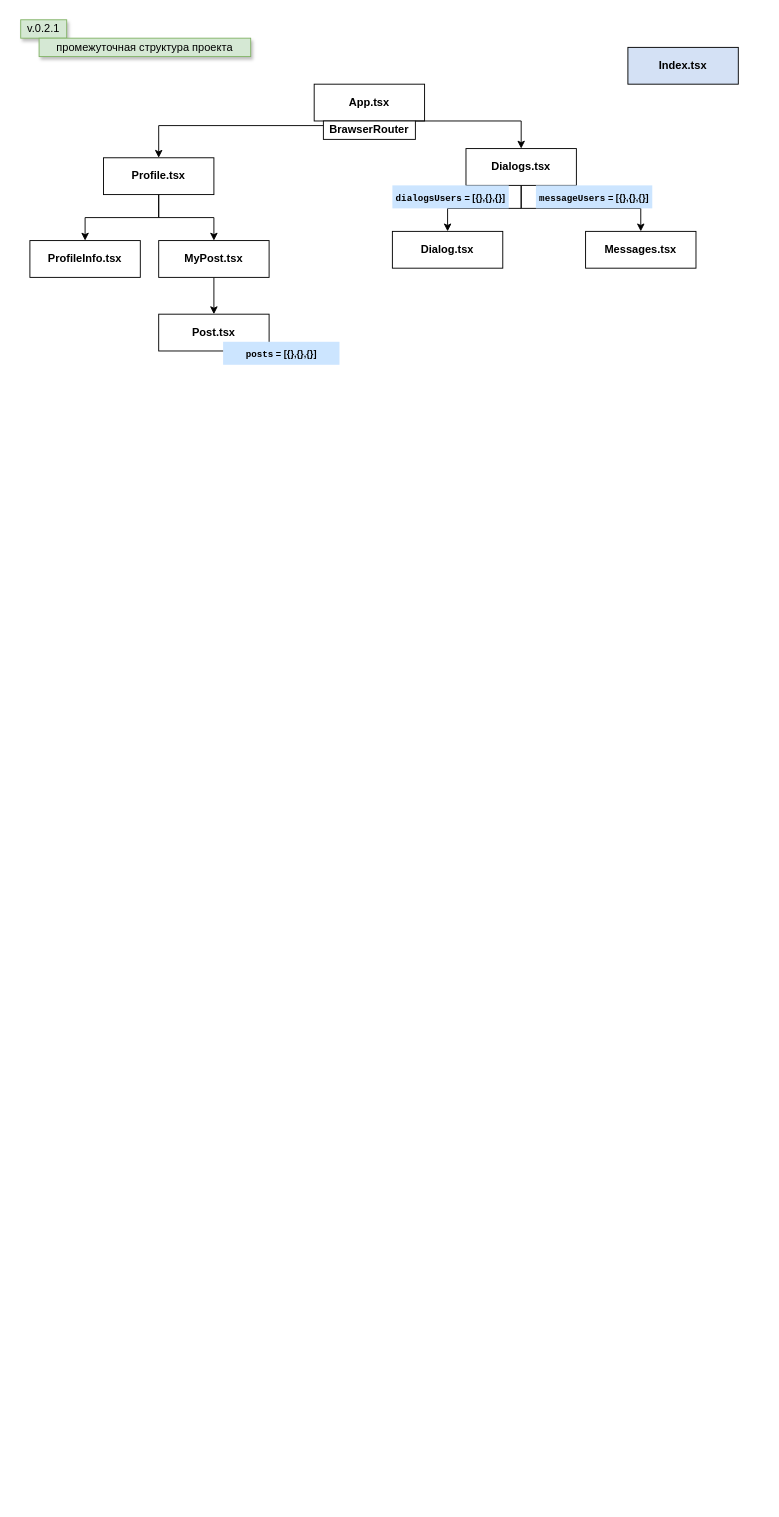
Before: Untitled Diagram.drawio in AndrosovMA/Social_network, a draw.io diagram. Source tidied: cells renumbered, new cells numbered last; positions are measured from the earlier drawing's top-left corner, leaving out a move shared by most shapes. Both pictures are drawn from the tidied source at 92%, with x=0, y=0 at pixel (20, 19).
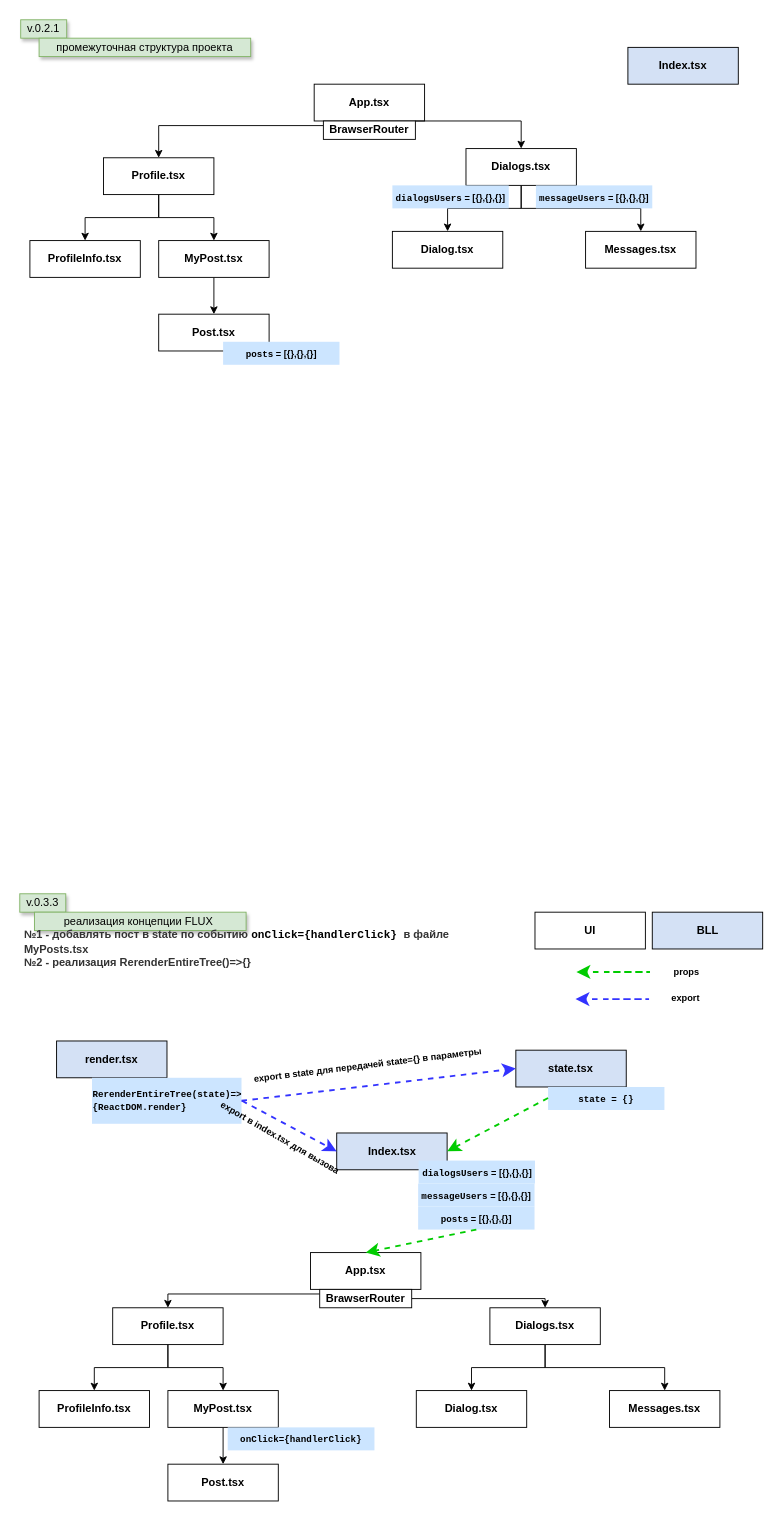
Above is the later version.

Commit message:
v.0.3.3 - реализация концепции FLUX

What changed in the source:
```diff
@@
+    <mxCell id="24" value="v.0.3.3" style="text;html=1;strokeColor=#82b366;fillColor=#d5e8d4;align=center;verticalAlign=middle;whiteSpace=wrap;rounded=0;glass=0;shadow=1;" parent="1" vertex="1">
+      <mxGeometry x="-1" y="950" width="50" height="20" as="geometry" />
+    </mxCell>
+    <mxCell id="25" value="реализация концепции FLUX&amp;nbsp;" style="text;html=1;strokeColor=#82b366;fillColor=#D5E8D4;align=center;verticalAlign=middle;whiteSpace=wrap;rounded=0;glass=0;shadow=1;" parent="1" vertex="1">
+      <mxGeometry x="15" y="970" width="230" height="20" as="geometry" />
+    </mxCell>
+    <mxCell id="26" value="&lt;b&gt;App.tsx&lt;/b&gt;" style="rounded=0;whiteSpace=wrap;html=1;fillColor=#FFFFFF;" parent="1" vertex="1">
+      <mxGeometry x="315" y="1340" width="120" height="40" as="geometry" />
+    </mxCell>
+    <mxCell id="27" style="edgeStyle=orthogonalEdgeStyle;rounded=0;jettySize=auto;html=1;exitX=0.5;exitY=1;exitDx=0;exitDy=0;entryX=0.5;entryY=0;entryDx=0;entryDy=0;fontSize=10;fontColor=#000000;" parent="1" edge="1" source="29" target="37">
+      <mxGeometry relative="1" as="geometry" />
+    </mxCell>
+    <mxCell id="28" style="edgeStyle=orthogonalEdgeStyle;rounded=0;jettySize=auto;html=1;exitX=0.5;exitY=1;exitDx=0;exitDy=0;entryX=0.5;entryY=0;entryDx=0;entryDy=0;fontSize=10;fontColor=#000000;" parent="1" edge="1" source="29" target="39">
+      <mxGeometry relative="1" as="geometry" />
+    </mxCell>
+    <mxCell id="29" value="&lt;b&gt;Profile.tsx&lt;/b&gt;" style="rounded=0;whiteSpace=wrap;html=1;fillColor=#FFFFFF;" parent="1" vertex="1">
+      <mxGeometry x="100" y="1400" width="120" height="40" as="geometry" />
+    </mxCell>
+    <mxCell id="30" style="edgeStyle=orthogonalEdgeStyle;rounded=0;jettySize=auto;html=1;exitX=0.5;exitY=1;exitDx=0;exitDy=0;entryX=0.5;entryY=0;entryDx=0;entryDy=0;fontSize=10;fontColor=#000000;" parent="1" edge="1" source="32" target="41">
+      <mxGeometry relative="1" as="geometry" />
+    </mxCell>
+    <mxCell id="31" style="edgeStyle=orthogonalEdgeStyle;rounded=0;jettySize=auto;html=1;exitX=0.5;exitY=1;exitDx=0;exitDy=0;fontSize=10;fontColor=#000000;" parent="1" edge="1" source="32" target="42">
+      <mxGeometry relative="1" as="geometry" />
+    </mxCell>
+    <mxCell id="32" value="&lt;b&gt;Dialogs.tsx&lt;/b&gt;" style="rounded=0;whiteSpace=wrap;html=1;fillColor=#FFFFFF;" parent="1" vertex="1">
+      <mxGeometry x="510" y="1400" width="120" height="40" as="geometry" />
+    </mxCell>
+    <mxCell id="33" style="edgeStyle=orthogonalEdgeStyle;rounded=0;jettySize=auto;html=1;exitX=0;exitY=0.25;exitDx=0;exitDy=0;entryX=0.5;entryY=0;entryDx=0;entryDy=0;fontSize=10;fontColor=#000000;" parent="1" edge="1" source="35" target="29">
+      <mxGeometry relative="1" as="geometry">
+        <Array as="points">
+          <mxPoint x="160" y="1385" />
+        </Array>
+      </mxGeometry>
+    </mxCell>
+    <mxCell id="34" style="edgeStyle=orthogonalEdgeStyle;rounded=0;jettySize=auto;html=1;exitX=1;exitY=0.5;exitDx=0;exitDy=0;entryX=0.5;entryY=0;entryDx=0;entryDy=0;fontSize=10;fontColor=#000000;" parent="1" edge="1" source="35" target="32">
+      <mxGeometry relative="1" as="geometry">
+        <Array as="points">
+          <mxPoint x="570" y="1390" />
+        </Array>
+      </mxGeometry>
+    </mxCell>
+    <mxCell id="35" value="&lt;b&gt;BrawserRouter&lt;/b&gt;" style="rounded=0;whiteSpace=wrap;html=1;fillColor=#FFFFFF;" parent="1" vertex="1">
+      <mxGeometry x="325" y="1380" width="100" height="20" as="geometry" />
+    </mxCell>
+    <mxCell id="36" value="&lt;b&gt;Index.tsx&lt;/b&gt;" style="rounded=0;whiteSpace=wrap;html=1;fillColor=#D4E1F5;shadow=0;strokeColor=#000000;" parent="1" vertex="1">
+      <mxGeometry x="343.5" y="1210" width="120" height="40" as="geometry" />
+    </mxCell>
+    <mxCell id="37" value="&lt;b&gt;ProfileInfo.tsx&lt;/b&gt;" style="rounded=0;whiteSpace=wrap;html=1;fillColor=#FFFFFF;" parent="1" vertex="1">
+      <mxGeometry x="20" y="1490" width="120" height="40" as="geometry" />
+    </mxCell>
+    <mxCell id="38" style="edgeStyle=orthogonalEdgeStyle;rounded=0;jettySize=auto;html=1;exitX=0.5;exitY=1;exitDx=0;exitDy=0;fontSize=10;fontColor=#000000;" parent="1" edge="1" source="39" target="40">
+      <mxGeometry relative="1" as="geometry" />
+    </mxCell>
+    <mxCell id="39" value="&lt;b&gt;MyPost.tsx&lt;/b&gt;" style="rounded=0;whiteSpace=wrap;html=1;fillColor=#FFFFFF;" parent="1" vertex="1">
+      <mxGeometry x="160" y="1490" width="120" height="40" as="geometry" />
+    </mxCell>
+    <mxCell id="40" value="&lt;b&gt;Post.tsx&lt;/b&gt;" style="rounded=0;whiteSpace=wrap;html=1;fillColor=#FFFFFF;" parent="1" vertex="1">
+      <mxGeometry x="160" y="1570" width="120" height="40" as="geometry" />
+    </mxCell>
+    <mxCell id="41" value="&lt;b&gt;Dialog.tsx&lt;/b&gt;" style="rounded=0;whiteSpace=wrap;html=1;fillColor=#FFFFFF;" parent="1" vertex="1">
+      <mxGeometry x="430" y="1490" width="120" height="40" as="geometry" />
+    </mxCell>
+    <mxCell id="42" value="&lt;b&gt;Messages.tsx&lt;/b&gt;" style="rounded=0;whiteSpace=wrap;html=1;fillColor=#FFFFFF;" parent="1" vertex="1">
+      <mxGeometry x="640" y="1490" width="120" height="40" as="geometry" />
+    </mxCell>
+    <mxCell id="43" value="&lt;b&gt;&lt;font style=&quot;font-size: 10px&quot;&gt;&lt;span style=&quot;font-family: &amp;#34;jetbrains mono&amp;#34; , monospace&quot;&gt;dialogsUsers&lt;/span&gt;&amp;nbsp;= [{},{},{}]&lt;/font&gt;&lt;/b&gt;" style="rounded=0;whiteSpace=wrap;html=1;shadow=0;strokeColor=none;fillColor=#CCE5FF;" parent="1" vertex="1">
+      <mxGeometry x="432.5" y="1240" width="126.5" height="25" as="geometry" />
+    </mxCell>
+    <mxCell id="44" value="&lt;b&gt;&lt;font style=&quot;font-size: 10px&quot;&gt;&lt;span style=&quot;font-family: &amp;#34;jetbrains mono&amp;#34; , monospace&quot;&gt;messageUsers&lt;/span&gt;&amp;nbsp;= [{},{},{}]&lt;/font&gt;&lt;/b&gt;" style="rounded=0;whiteSpace=wrap;html=1;shadow=0;strokeColor=none;fillColor=#CCE5FF;" parent="1" vertex="1">
+      <mxGeometry x="432" y="1265" width="126.5" height="25" as="geometry" />
+    </mxCell>
+    <mxCell id="45" value="&lt;b&gt;&lt;font style=&quot;font-size: 10px&quot;&gt;&lt;font face=&quot;jetbrains mono, monospace&quot;&gt;posts&lt;/font&gt; = [{},{},{}]&lt;/font&gt;&lt;/b&gt;" style="rounded=0;whiteSpace=wrap;html=1;shadow=0;strokeColor=none;fillColor=#CCE5FF;" parent="1" vertex="1">
+      <mxGeometry x="432" y="1290" width="126.5" height="25" as="geometry" />
+    </mxCell>
+    <mxCell id="46" value="&lt;b&gt;state.tsx&lt;/b&gt;" style="rounded=0;whiteSpace=wrap;html=1;fillColor=#D4E1F5;shadow=0;strokeColor=#000000;" parent="1" vertex="1">
+      <mxGeometry x="538.2" y="1120" width="120" height="40" as="geometry" />
+    </mxCell>
+    <mxCell id="47" value="&lt;b&gt;№1 - добавлять пост в state по событию&amp;nbsp;&lt;/b&gt;&lt;b style=&quot;color: rgb(0 , 0 , 0) ; font-family: &amp;#34;jetbrains mono&amp;#34; , monospace&quot;&gt;onClick={handlerClick}&amp;nbsp;&lt;/b&gt;&lt;b&gt;в файле MyPosts.tsx&lt;br&gt;№2 - реализация RerenderEntireTree()=&amp;gt;{}&amp;nbsp;&amp;nbsp;&lt;br&gt;&lt;/b&gt;" style="text;html=1;strokeColor=none;fillColor=none;align=left;verticalAlign=middle;whiteSpace=wrap;rounded=0;labelBackgroundColor=none;labelBorderColor=none;fontFamily=Helvetica;fontSize=12;fontColor=#333333;" parent="1" vertex="1">
+      <mxGeometry x="1.5" y="990" width="529" height="40" as="geometry" />
+    </mxCell>
+    <mxCell id="48" value="&lt;b&gt;BLL&lt;/b&gt;" style="rounded=0;whiteSpace=wrap;html=1;fillColor=#D4E1F5;shadow=0;strokeColor=#000000;" parent="1" vertex="1">
+      <mxGeometry x="686.5" y="970" width="120" height="40" as="geometry" />
+    </mxCell>
+    <mxCell id="49" value="&lt;b&gt;UI&lt;/b&gt;" style="rounded=0;whiteSpace=wrap;html=1;fillColor=#FFFFFF;strokeColor=#000000;" parent="1" vertex="1">
+      <mxGeometry x="559" y="970" width="120" height="40" as="geometry" />
+    </mxCell>
+    <mxCell id="50" value="&lt;pre style=&quot;color: rgb(51 , 51 , 51) ; text-align: left ; font-family: &amp;#34;jetbrains mono&amp;#34; , monospace&quot;&gt;&lt;font color=&quot;#000000&quot; style=&quot;font-size: 10px&quot;&gt;&lt;b&gt;onClick={handlerClick}&lt;/b&gt;&lt;/font&gt;&lt;/pre&gt;" style="rounded=0;whiteSpace=wrap;html=1;shadow=0;strokeColor=none;fillColor=#CCE5FF;" parent="1" vertex="1">
+      <mxGeometry x="225" y="1530" width="159.5" height="25" as="geometry" />
+    </mxCell>
+    <mxCell id="51" value="&lt;font face=&quot;jetbrains mono, monospace&quot;&gt;&lt;span style=&quot;font-size: 10px&quot;&gt;&lt;b&gt;state = {}&lt;/b&gt;&lt;/span&gt;&lt;/font&gt;" style="rounded=0;whiteSpace=wrap;html=1;shadow=0;strokeColor=none;fillColor=#CCE5FF;" parent="1" vertex="1">
+      <mxGeometry x="573.2" y="1160" width="126.5" height="25" as="geometry" />
+    </mxCell>
+    <mxCell id="52" value="&lt;b&gt;render.tsx&lt;/b&gt;" style="rounded=0;whiteSpace=wrap;html=1;fillColor=#D4E1F5;shadow=0;strokeColor=#000000;" parent="1" vertex="1">
+      <mxGeometry x="39" y="1110" width="120" height="40" as="geometry" />
+    </mxCell>
+    <mxCell id="53" value="&lt;pre style=&quot;text-align: left ; font-family: &amp;#34;jetbrains mono&amp;#34; , monospace&quot;&gt;&lt;pre style=&quot;font-family: &amp;#34;jetbrains mono&amp;#34; , monospace&quot;&gt;&lt;b style=&quot;font-size: 10px ; white-space: normal&quot;&gt;RerenderEntireTree(state)=&amp;gt;&lt;/b&gt;&lt;br&gt;&lt;font style=&quot;white-space: normal ; font-size: 10px&quot;&gt;&lt;b&gt;{ReactDOM.render&lt;/b&gt;&lt;/font&gt;&lt;b style=&quot;font-size: 10px ; white-space: normal&quot;&gt;}&lt;/b&gt;&lt;br&gt;&lt;/pre&gt;&lt;/pre&gt;" style="rounded=0;whiteSpace=wrap;html=1;shadow=0;strokeColor=none;fillColor=#CCE5FF;" parent="1" vertex="1">
+      <mxGeometry x="77.5" y="1150" width="162.5" height="50" as="geometry" />
+    </mxCell>
+    <mxCell id="54" style="edgeStyle=none;rounded=0;orthogonalLoop=1;jettySize=auto;html=1;dashed=1;fontFamily=Helvetica;fontSize=12;fontColor=#333333;strokeColor=#00CC00;endSize=9;startSize=10;jumpSize=9;strokeWidth=2;" parent="1" edge="1">
+      <mxGeometry relative="1" as="geometry">
+        <mxPoint x="644" y="1035" as="sourcePoint" />
+        <mxPoint x="604" y="1035" as="targetPoint" />
+        <Array as="points">
+          <mxPoint x="684" y="1035" />
+        </Array>
+      </mxGeometry>
+    </mxCell>
+    <mxCell id="55" style="edgeStyle=none;rounded=0;orthogonalLoop=1;jettySize=auto;html=1;dashed=1;fontFamily=Helvetica;fontSize=12;fontColor=#333333;strokeColor=#3333FF;endSize=9;startSize=10;jumpSize=9;strokeWidth=2;" parent="1" edge="1">
+      <mxGeometry relative="1" as="geometry">
+        <mxPoint x="643" y="1064.5" as="sourcePoint" />
+        <mxPoint x="603" y="1064.5" as="targetPoint" />
+        <Array as="points">
+          <mxPoint x="683" y="1064.5" />
+        </Array>
+      </mxGeometry>
+    </mxCell>
+    <mxCell id="56" value="&lt;b&gt;props&lt;/b&gt;" style="text;html=1;strokeColor=none;fillColor=none;align=center;verticalAlign=middle;whiteSpace=wrap;rounded=0;labelBackgroundColor=none;labelBorderColor=none;fontFamily=Helvetica;fontSize=10;fontColor=#000000;" parent="1" vertex="1">
+      <mxGeometry x="694" y="1020" width="60" height="30" as="geometry" />
+    </mxCell>
+    <mxCell id="57" value="&lt;b&gt;export&lt;/b&gt;" style="text;html=1;strokeColor=none;fillColor=none;align=center;verticalAlign=middle;whiteSpace=wrap;rounded=0;labelBackgroundColor=none;labelBorderColor=none;fontFamily=Helvetica;fontSize=10;fontColor=#000000;" parent="1" vertex="1">
+      <mxGeometry x="693" y="1048" width="60" height="30" as="geometry" />
+    </mxCell>
+    <mxCell id="58" style="edgeStyle=none;rounded=0;jettySize=auto;html=1;dashed=1;fontFamily=Helvetica;fontSize=12;fontColor=#333333;strokeColor=#3333FF;endSize=9;startSize=10;jumpSize=9;strokeWidth=2;entryX=0;entryY=0.5;entryDx=0;entryDy=0;" parent="1" edge="1" target="46">
+      <mxGeometry relative="1" as="geometry">
+        <mxPoint x="240" y="1175" as="sourcePoint" />
+        <Array as="points">
+          <mxPoint x="240" y="1175" />
+        </Array>
+      </mxGeometry>
+    </mxCell>
+    <mxCell id="59" style="edgeStyle=none;rounded=0;jettySize=auto;html=1;dashed=1;fontFamily=Helvetica;fontSize=12;fontColor=#333333;strokeColor=#3333FF;endSize=9;startSize=10;jumpSize=9;strokeWidth=2;entryX=0;entryY=0.5;entryDx=0;entryDy=0;" parent="1" edge="1" target="36">
+      <mxGeometry relative="1" as="geometry">
+        <mxPoint x="240.5" y="1175" as="sourcePoint" />
+        <Array as="points">
+          <mxPoint x="240.5" y="1175" />
+        </Array>
+      </mxGeometry>
+    </mxCell>
+    <mxCell id="60" value="&lt;b&gt;export в state для передачей state={} в параметры&lt;/b&gt;" style="text;html=1;strokeColor=none;fillColor=none;align=center;verticalAlign=middle;whiteSpace=wrap;rounded=0;labelBackgroundColor=none;labelBorderColor=none;fontFamily=Helvetica;fontSize=10;fontColor=#000000;rotation=-7;" parent="1" vertex="1">
+      <mxGeometry x="250.5" y="1121" width="253" height="30" as="geometry" />
+    </mxCell>
+    <mxCell id="61" style="edgeStyle=none;rounded=0;jettySize=auto;html=1;dashed=1;fontFamily=Helvetica;fontSize=12;fontColor=#333333;strokeColor=#00CC00;endSize=9;startSize=10;jumpSize=9;strokeWidth=2;entryX=1;entryY=0.5;entryDx=0;entryDy=0;" parent="1" edge="1" target="36">
+      <mxGeometry relative="1" as="geometry">
+        <mxPoint x="573.2" y="1172" as="sourcePoint" />
+      </mxGeometry>
+    </mxCell>
+    <mxCell id="62" style="edgeStyle=none;rounded=0;jettySize=auto;html=1;dashed=1;fontFamily=Helvetica;fontSize=12;fontColor=#333333;strokeColor=#00CC00;endSize=9;startSize=10;jumpSize=9;strokeWidth=2;entryX=0.5;entryY=0;entryDx=0;entryDy=0;exitX=0.5;exitY=1;exitDx=0;exitDy=0;" parent="1" edge="1" source="45" target="26">
+      <mxGeometry relative="1" as="geometry" />
+    </mxCell>
+    <mxCell id="63" value="&lt;b&gt;export в index.tsx для вызова&lt;/b&gt;" style="text;html=1;strokeColor=none;fillColor=none;align=center;verticalAlign=middle;whiteSpace=wrap;rounded=0;labelBackgroundColor=none;labelBorderColor=none;fontFamily=Helvetica;fontSize=10;fontColor=#000000;rotation=30;" parent="1" vertex="1">
+      <mxGeometry x="183" y="1200" width="199" height="30" as="geometry" />
+    </mxCell>
```
